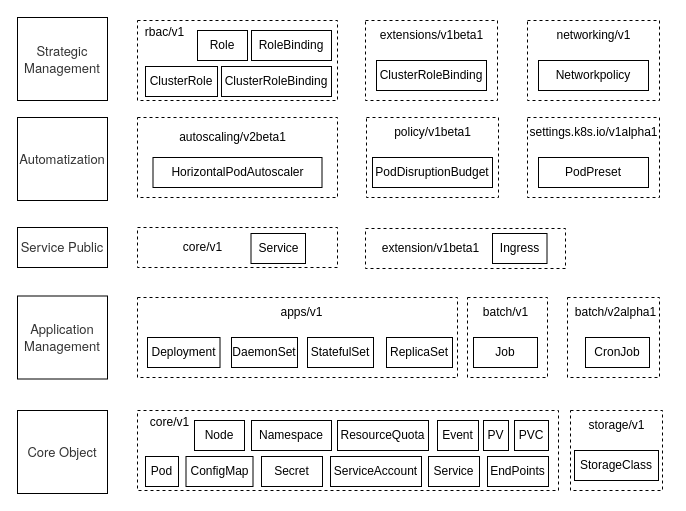
Earlier version of the draw.io diagram k8s_object_group.drawio (ssider/draw). Source tidied: cells renumbered, new cells numbered last; positions are measured from the earlier drawing's top-left corner, leaving out a move shared by most shapes. Both pictures are drawn from the tidied source at 100%, with x=0, y=0 at pixel (17, 17).
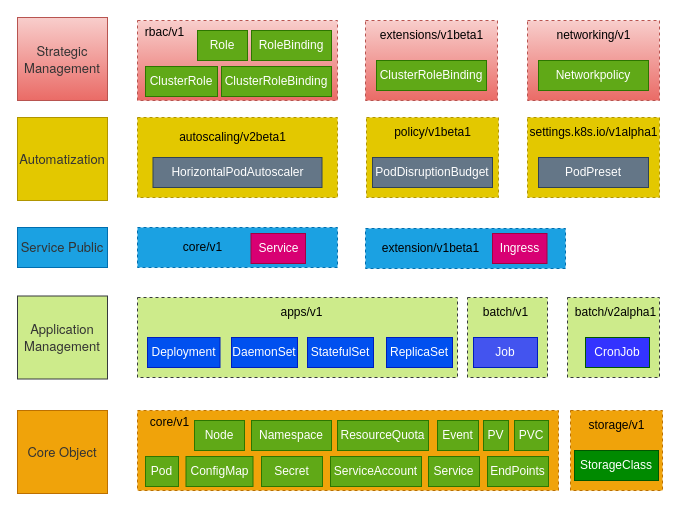
Above is the later version.

Diff of the diagram source:
```diff
@@
-    <mxCell id="2" style="rounded=0;whiteSpace=wrap;html=1;dashed=1;" parent="1" vertex="1">
+    <mxCell id="2" style="rounded=0;whiteSpace=wrap;html=1;dashed=1;fillColor=#f8cecc;strokeColor=#b85450;gradientColor=#ea6b66;" parent="1" vertex="1">
       <mxGeometry x="120" y="3" width="200" height="80" as="geometry" />
     </mxCell>
@@
-    <mxCell id="4" value="Role" style="rounded=0;whiteSpace=wrap;html=1;" parent="1" vertex="1">
+    <mxCell id="4" value="Role" style="rounded=0;whiteSpace=wrap;html=1;fillColor=#60a917;strokeColor=#2D7600;fillStyle=auto;fontColor=#ffffff;" parent="1" vertex="1">
       <mxGeometry x="180" y="13" width="50" height="30" as="geometry" />
     </mxCell>
-    <mxCell id="5" value="RoleBinding" style="rounded=0;whiteSpace=wrap;html=1;" parent="1" vertex="1">
+    <mxCell id="5" value="RoleBinding" style="rounded=0;whiteSpace=wrap;html=1;fillColor=#60a917;strokeColor=#2D7600;fontColor=#ffffff;" parent="1" vertex="1">
       <mxGeometry x="234" y="13" width="80" height="30" as="geometry" />
     </mxCell>
-    <mxCell id="6" value="ClusterRole" style="rounded=0;whiteSpace=wrap;html=1;" parent="1" vertex="1">
+    <mxCell id="6" value="ClusterRole" style="rounded=0;whiteSpace=wrap;html=1;fillColor=#60a917;strokeColor=#2D7600;fontColor=#ffffff;" parent="1" vertex="1">
       <mxGeometry x="128" y="49" width="72" height="30" as="geometry" />
     </mxCell>
-    <mxCell id="7" value="ClusterRoleBinding" style="rounded=0;whiteSpace=wrap;html=1;" parent="1" vertex="1">
+    <mxCell id="7" value="ClusterRoleBinding" style="rounded=0;whiteSpace=wrap;html=1;fillColor=#60a917;strokeColor=#2D7600;fontColor=#ffffff;" parent="1" vertex="1">
       <mxGeometry x="204" y="49" width="110" height="30" as="geometry" />
     </mxCell>
-    <mxCell id="8" style="rounded=0;whiteSpace=wrap;html=1;dashed=1;" parent="1" vertex="1">
+    <mxCell id="8" style="rounded=0;whiteSpace=wrap;html=1;dashed=1;fillColor=#f8cecc;strokeColor=#b85450;gradientColor=#ea6b66;" parent="1" vertex="1">
       <mxGeometry x="348" y="3" width="132" height="80" as="geometry" />
     </mxCell>
@@
-    <mxCell id="10" value="ClusterRoleBinding" style="rounded=0;whiteSpace=wrap;html=1;" parent="1" vertex="1">
+    <mxCell id="10" value="ClusterRoleBinding" style="rounded=0;whiteSpace=wrap;html=1;fillColor=#60a917;strokeColor=#2D7600;fontColor=#ffffff;" parent="1" vertex="1">
       <mxGeometry x="359" y="43" width="110" height="30" as="geometry" />
     </mxCell>
-    <mxCell id="11" style="rounded=0;whiteSpace=wrap;html=1;dashed=1;" parent="1" vertex="1">
+    <mxCell id="11" style="rounded=0;whiteSpace=wrap;html=1;dashed=1;fillColor=#f8cecc;strokeColor=#b85450;gradientColor=#ea6b66;" parent="1" vertex="1">
       <mxGeometry x="510" y="3" width="132" height="80" as="geometry" />
     </mxCell>
@@
-    <mxCell id="13" value="Networkpolicy" style="rounded=0;whiteSpace=wrap;html=1;" parent="1" vertex="1">
+    <mxCell id="13" value="Networkpolicy" style="rounded=0;whiteSpace=wrap;html=1;fillColor=#60a917;strokeColor=#2D7600;fontColor=#ffffff;" parent="1" vertex="1">
       <mxGeometry x="521" y="43" width="110" height="30" as="geometry" />
     </mxCell>
-    <mxCell id="14" style="rounded=0;whiteSpace=wrap;html=1;dashed=1;" parent="1" vertex="1">
+    <mxCell id="14" style="rounded=0;whiteSpace=wrap;html=1;dashed=1;fillColor=#e3c800;fontColor=#000000;strokeColor=#B09500;" parent="1" vertex="1">
       <mxGeometry x="120" y="100" width="200" height="80" as="geometry" />
     </mxCell>
@@
-    <mxCell id="16" value="HorizontalPodAutoscaler" style="rounded=0;whiteSpace=wrap;html=1;" parent="1" vertex="1">
+    <mxCell id="16" value="HorizontalPodAutoscaler" style="rounded=0;whiteSpace=wrap;html=1;fillColor=#647687;fontColor=#ffffff;strokeColor=#314354;" parent="1" vertex="1">
       <mxGeometry x="135.5" y="140" width="169" height="30" as="geometry" />
     </mxCell>
-    <mxCell id="17" style="rounded=0;whiteSpace=wrap;html=1;dashed=1;" parent="1" vertex="1">
+    <mxCell id="17" style="rounded=0;whiteSpace=wrap;html=1;dashed=1;fillColor=#e3c800;fontColor=#000000;strokeColor=#B09500;" parent="1" vertex="1">
       <mxGeometry x="349" y="100" width="132" height="80" as="geometry" />
     </mxCell>
@@
-    <mxCell id="19" value="PodDisruptionBudget" style="rounded=0;whiteSpace=wrap;html=1;" parent="1" vertex="1">
+    <mxCell id="19" value="PodDisruptionBudget" style="rounded=0;whiteSpace=wrap;html=1;fillColor=#647687;fontColor=#ffffff;strokeColor=#314354;" parent="1" vertex="1">
       <mxGeometry x="355" y="140" width="120" height="30" as="geometry" />
     </mxCell>
-    <mxCell id="20" style="rounded=0;whiteSpace=wrap;html=1;dashed=1;" parent="1" vertex="1">
+    <mxCell id="20" style="rounded=0;whiteSpace=wrap;html=1;dashed=1;fillColor=#e3c800;fontColor=#000000;strokeColor=#B09500;" parent="1" vertex="1">
       <mxGeometry x="510" y="100" width="132" height="80" as="geometry" />
     </mxCell>
@@
-    <mxCell id="22" value="PodPreset" style="rounded=0;whiteSpace=wrap;html=1;" parent="1" vertex="1">
+    <mxCell id="22" value="PodPreset" style="rounded=0;whiteSpace=wrap;html=1;fillColor=#647687;fontColor=#ffffff;strokeColor=#314354;" parent="1" vertex="1">
       <mxGeometry x="521" y="140" width="110" height="30" as="geometry" />
     </mxCell>
-    <mxCell id="23" style="rounded=0;whiteSpace=wrap;html=1;dashed=1;" parent="1" vertex="1">
+    <mxCell id="23" style="rounded=0;whiteSpace=wrap;html=1;dashed=1;fillColor=#1ba1e2;strokeColor=#006EAF;fontColor=#ffffff;" parent="1" vertex="1">
       <mxGeometry x="120" y="210" width="200" height="40" as="geometry" />
     </mxCell>
@@
-    <mxCell id="25" value="Service" style="rounded=0;whiteSpace=wrap;html=1;" parent="1" vertex="1">
+    <mxCell id="25" value="Service" style="rounded=0;whiteSpace=wrap;html=1;fillColor=#d80073;strokeColor=#A50040;fontColor=#ffffff;" parent="1" vertex="1">
       <mxGeometry x="233.5" y="216" width="54.5" height="30" as="geometry" />
     </mxCell>
-    <mxCell id="26" style="rounded=0;whiteSpace=wrap;html=1;dashed=1;" parent="1" vertex="1">
+    <mxCell id="26" style="rounded=0;whiteSpace=wrap;html=1;dashed=1;fillColor=#1ba1e2;strokeColor=#006EAF;fontColor=#ffffff;" parent="1" vertex="1">
       <mxGeometry x="348" y="211" width="200" height="40" as="geometry" />
     </mxCell>
@@
-    <mxCell id="28" value="Ingress" style="rounded=0;whiteSpace=wrap;html=1;" parent="1" vertex="1">
+    <mxCell id="28" value="Ingress" style="rounded=0;whiteSpace=wrap;html=1;fillColor=#d80073;strokeColor=#A50040;fontColor=#ffffff;" parent="1" vertex="1">
       <mxGeometry x="475" y="216" width="54.5" height="30" as="geometry" />
     </mxCell>
-    <mxCell id="29" style="rounded=0;whiteSpace=wrap;html=1;dashed=1;" parent="1" vertex="1">
+    <mxCell id="29" style="rounded=0;whiteSpace=wrap;html=1;dashed=1;fillColor=#cdeb8b;strokeColor=#36393d;" parent="1" vertex="1">
       <mxGeometry x="120" y="280" width="320" height="80" as="geometry" />
     </mxCell>
@@
-    <mxCell id="31" value="Deployment" style="rounded=0;whiteSpace=wrap;html=1;" parent="1" vertex="1">
+    <mxCell id="31" value="Deployment" style="rounded=0;whiteSpace=wrap;html=1;fillColor=#0050ef;fontColor=#ffffff;strokeColor=#001DBC;" parent="1" vertex="1">
       <mxGeometry x="130" y="320" width="72.5" height="30" as="geometry" />
     </mxCell>
-    <mxCell id="32" value="DaemonSet" style="rounded=0;whiteSpace=wrap;html=1;" parent="1" vertex="1">
+    <mxCell id="32" value="DaemonSet" style="rounded=0;whiteSpace=wrap;html=1;fillColor=#0050ef;fontColor=#ffffff;strokeColor=#001DBC;" parent="1" vertex="1">
       <mxGeometry x="214" y="320" width="66" height="30" as="geometry" />
     </mxCell>
-    <mxCell id="33" value="StatefulSet" style="rounded=0;whiteSpace=wrap;html=1;" parent="1" vertex="1">
+    <mxCell id="33" value="StatefulSet" style="rounded=0;whiteSpace=wrap;html=1;fillColor=#0050ef;fontColor=#ffffff;strokeColor=#001DBC;" parent="1" vertex="1">
       <mxGeometry x="290" y="320" width="66" height="30" as="geometry" />
     </mxCell>
-    <mxCell id="34" value="ReplicaSet" style="rounded=0;whiteSpace=wrap;html=1;" parent="1" vertex="1">
+    <mxCell id="34" value="ReplicaSet" style="rounded=0;whiteSpace=wrap;html=1;fillColor=#0050ef;fontColor=#ffffff;strokeColor=#001DBC;" parent="1" vertex="1">
       <mxGeometry x="369" y="320" width="66" height="30" as="geometry" />
     </mxCell>
-    <mxCell id="35" style="rounded=0;whiteSpace=wrap;html=1;dashed=1;" parent="1" vertex="1">
+    <mxCell id="35" style="rounded=0;whiteSpace=wrap;html=1;dashed=1;fillColor=#cdeb8b;strokeColor=#36393d;" parent="1" vertex="1">
       <mxGeometry x="450" y="280" width="80" height="80" as="geometry" />
     </mxCell>
@@
-    <mxCell id="37" value="Job" style="rounded=0;whiteSpace=wrap;html=1;" parent="1" vertex="1">
+    <mxCell id="37" value="Job" style="rounded=0;whiteSpace=wrap;html=1;fillColor=#4354EF;fontColor=#ffffff;strokeColor=#001DBC;" parent="1" vertex="1">
       <mxGeometry x="456" y="320" width="64" height="30" as="geometry" />
     </mxCell>
-    <mxCell id="38" style="rounded=0;whiteSpace=wrap;html=1;dashed=1;" parent="1" vertex="1">
+    <mxCell id="38" style="rounded=0;whiteSpace=wrap;html=1;dashed=1;fillColor=#cdeb8b;strokeColor=#36393d;" parent="1" vertex="1">
       <mxGeometry x="550" y="280" width="92" height="80" as="geometry" />
     </mxCell>
@@
-    <mxCell id="40" value="CronJob" style="rounded=0;whiteSpace=wrap;html=1;" parent="1" vertex="1">
+    <mxCell id="40" value="CronJob" style="rounded=0;whiteSpace=wrap;html=1;fillColor=#3333FF;fontColor=#ffffff;strokeColor=#005700;" parent="1" vertex="1">
       <mxGeometry x="568" y="320" width="64" height="30" as="geometry" />
     </mxCell>
-    <mxCell id="41" style="rounded=0;whiteSpace=wrap;html=1;dashed=1;" parent="1" vertex="1">
+    <mxCell id="41" style="rounded=0;whiteSpace=wrap;html=1;dashed=1;fillColor=#f0a30a;fontColor=#000000;strokeColor=#BD7000;" parent="1" vertex="1">
       <mxGeometry x="120" y="393" width="421" height="80" as="geometry" />
     </mxCell>
@@
-    <mxCell id="43" value="Node" style="rounded=0;whiteSpace=wrap;html=1;" parent="1" vertex="1">
+    <mxCell id="43" value="Node" style="rounded=0;whiteSpace=wrap;html=1;fillColor=#60a917;strokeColor=#2D7600;fontColor=#ffffff;" parent="1" vertex="1">
       <mxGeometry x="177" y="403" width="50" height="30" as="geometry" />
     </mxCell>
-    <mxCell id="44" value="Namespace" style="rounded=0;whiteSpace=wrap;html=1;" parent="1" vertex="1">
+    <mxCell id="44" value="Namespace" style="rounded=0;whiteSpace=wrap;html=1;fillColor=#60a917;fontColor=#ffffff;strokeColor=#2D7600;" parent="1" vertex="1">
       <mxGeometry x="234" y="403" width="80" height="30" as="geometry" />
     </mxCell>
-    <mxCell id="45" value="Pod" style="rounded=0;whiteSpace=wrap;html=1;" parent="1" vertex="1">
+    <mxCell id="45" value="Pod" style="rounded=0;whiteSpace=wrap;html=1;fillColor=#60a917;fontColor=#ffffff;strokeColor=#2D7600;" parent="1" vertex="1">
       <mxGeometry x="128" y="439" width="33" height="30" as="geometry" />
     </mxCell>
-    <mxCell id="46" value="ConfigMap" style="rounded=0;whiteSpace=wrap;html=1;" parent="1" vertex="1">
+    <mxCell id="46" value="ConfigMap" style="rounded=0;whiteSpace=wrap;html=1;fillColor=#60a917;fontColor=#ffffff;strokeColor=#2D7600;" parent="1" vertex="1">
       <mxGeometry x="168.5" y="439" width="67" height="30" as="geometry" />
     </mxCell>
-    <mxCell id="47" value="ResourceQuota" style="rounded=0;whiteSpace=wrap;html=1;" parent="1" vertex="1">
+    <mxCell id="47" value="ResourceQuota" style="rounded=0;whiteSpace=wrap;html=1;fillColor=#60a917;fontColor=#ffffff;strokeColor=#2D7600;" parent="1" vertex="1">
       <mxGeometry x="320" y="403" width="91" height="30" as="geometry" />
     </mxCell>
-    <mxCell id="48" value="Event" style="rounded=0;whiteSpace=wrap;html=1;" parent="1" vertex="1">
+    <mxCell id="48" value="Event" style="rounded=0;whiteSpace=wrap;html=1;fillColor=#60a917;fontColor=#ffffff;strokeColor=#2D7600;" parent="1" vertex="1">
       <mxGeometry x="420" y="403" width="41" height="30" as="geometry" />
     </mxCell>
-    <mxCell id="49" value="PV" style="rounded=0;whiteSpace=wrap;html=1;" parent="1" vertex="1">
+    <mxCell id="49" value="PV" style="rounded=0;whiteSpace=wrap;html=1;fillColor=#60a917;fontColor=#ffffff;strokeColor=#2D7600;" parent="1" vertex="1">
       <mxGeometry x="466" y="403" width="25" height="30" as="geometry" />
     </mxCell>
-    <mxCell id="50" value="PVC" style="rounded=0;whiteSpace=wrap;html=1;" parent="1" vertex="1">
+    <mxCell id="50" value="PVC" style="rounded=0;whiteSpace=wrap;html=1;fillColor=#60a917;fontColor=#ffffff;strokeColor=#2D7600;" parent="1" vertex="1">
       <mxGeometry x="497" y="403" width="34" height="30" as="geometry" />
     </mxCell>
-    <mxCell id="51" value="Secret" style="rounded=0;whiteSpace=wrap;html=1;" parent="1" vertex="1">
+    <mxCell id="51" value="Secret" style="rounded=0;whiteSpace=wrap;html=1;fillColor=#60a917;fontColor=#ffffff;strokeColor=#2D7600;" parent="1" vertex="1">
       <mxGeometry x="244" y="439" width="61" height="30" as="geometry" />
     </mxCell>
-    <mxCell id="52" value="ServiceAccount" style="rounded=0;whiteSpace=wrap;html=1;" parent="1" vertex="1">
+    <mxCell id="52" value="ServiceAccount" style="rounded=0;whiteSpace=wrap;html=1;fillColor=#60a917;fontColor=#ffffff;strokeColor=#2D7600;" parent="1" vertex="1">
       <mxGeometry x="313" y="439" width="91" height="30" as="geometry" />
     </mxCell>
-    <mxCell id="53" value="Service" style="rounded=0;whiteSpace=wrap;html=1;" parent="1" vertex="1">
+    <mxCell id="53" value="Service" style="rounded=0;whiteSpace=wrap;html=1;fillColor=#60a917;fontColor=#ffffff;strokeColor=#2D7600;" parent="1" vertex="1">
       <mxGeometry x="411" y="439" width="51" height="30" as="geometry" />
     </mxCell>
-    <mxCell id="54" value="EndPoints" style="rounded=0;whiteSpace=wrap;html=1;" parent="1" vertex="1">
+    <mxCell id="54" value="EndPoints" style="rounded=0;whiteSpace=wrap;html=1;fillColor=#60a917;fontColor=#ffffff;strokeColor=#2D7600;" parent="1" vertex="1">
       <mxGeometry x="470" y="439" width="61" height="30" as="geometry" />
     </mxCell>
-    <mxCell id="55" style="rounded=0;whiteSpace=wrap;html=1;dashed=1;" parent="1" vertex="1">
+    <mxCell id="55" style="rounded=0;whiteSpace=wrap;html=1;dashed=1;fillColor=#f0a30a;fontColor=#000000;strokeColor=#BD7000;" parent="1" vertex="1">
       <mxGeometry x="553" y="393" width="92" height="80" as="geometry" />
     </mxCell>
@@
-    <mxCell id="57" value="StorageClass" style="rounded=0;whiteSpace=wrap;html=1;" parent="1" vertex="1">
+    <mxCell id="57" value="StorageClass" style="rounded=0;whiteSpace=wrap;html=1;fillColor=#008a00;fontColor=#ffffff;strokeColor=#005700;" parent="1" vertex="1">
       <mxGeometry x="557" y="433" width="84" height="30" as="geometry" />
     </mxCell>
-    <mxCell id="58" value="&lt;span style=&quot;color: rgb(51, 51, 51); font-family: &amp;quot;Helvetica Neue&amp;quot;, Helvetica, Arial, &amp;quot;Hiragino Sans GB&amp;quot;, &amp;quot;Hiragino Sans GB W3&amp;quot;, &amp;quot;Microsoft YaHei UI&amp;quot;, &amp;quot;Microsoft YaHei&amp;quot;, sans-serif; font-size: 13px; text-align: start;&quot;&gt;Strategic Management&lt;/span&gt;" style="rounded=0;whiteSpace=wrap;html=1;" parent="1" vertex="1">
+    <mxCell id="58" value="&lt;span style=&quot;color: rgb(51, 51, 51); font-family: &amp;quot;Helvetica Neue&amp;quot;, Helvetica, Arial, &amp;quot;Hiragino Sans GB&amp;quot;, &amp;quot;Hiragino Sans GB W3&amp;quot;, &amp;quot;Microsoft YaHei UI&amp;quot;, &amp;quot;Microsoft YaHei&amp;quot;, sans-serif; font-size: 13px; text-align: start;&quot;&gt;Strategic Management&lt;/span&gt;" style="rounded=0;whiteSpace=wrap;html=1;fillColor=#f8cecc;strokeColor=#b85450;gradientColor=#ea6b66;" parent="1" vertex="1">
       <mxGeometry width="90" height="83" as="geometry" />
     </mxCell>
-    <mxCell id="59" value="&lt;span style=&quot;color: rgb(51, 51, 51); font-family: &amp;quot;Helvetica Neue&amp;quot;, Helvetica, Arial, &amp;quot;Hiragino Sans GB&amp;quot;, &amp;quot;Hiragino Sans GB W3&amp;quot;, &amp;quot;Microsoft YaHei UI&amp;quot;, &amp;quot;Microsoft YaHei&amp;quot;, sans-serif; font-size: 13px; text-align: left;&quot;&gt;Automatization&lt;/span&gt;" style="rounded=0;whiteSpace=wrap;html=1;" parent="1" vertex="1">
+    <mxCell id="59" value="&lt;span style=&quot;color: rgb(51, 51, 51); font-family: &amp;quot;Helvetica Neue&amp;quot;, Helvetica, Arial, &amp;quot;Hiragino Sans GB&amp;quot;, &amp;quot;Hiragino Sans GB W3&amp;quot;, &amp;quot;Microsoft YaHei UI&amp;quot;, &amp;quot;Microsoft YaHei&amp;quot;, sans-serif; font-size: 13px; text-align: left;&quot;&gt;Automatization&lt;/span&gt;" style="rounded=0;whiteSpace=wrap;html=1;fillColor=#e3c800;fontColor=#000000;strokeColor=#B09500;" parent="1" vertex="1">
       <mxGeometry y="100" width="90" height="83" as="geometry" />
     </mxCell>
-    <mxCell id="60" value="&lt;span style=&quot;color: rgb(51, 51, 51); font-family: &amp;quot;Helvetica Neue&amp;quot;, Helvetica, Arial, &amp;quot;Hiragino Sans GB&amp;quot;, &amp;quot;Hiragino Sans GB W3&amp;quot;, &amp;quot;Microsoft YaHei UI&amp;quot;, &amp;quot;Microsoft YaHei&amp;quot;, sans-serif; font-size: 13px; text-align: start;&quot;&gt;Service Public&lt;/span&gt;" style="rounded=0;whiteSpace=wrap;html=1;" parent="1" vertex="1">
+    <mxCell id="60" value="&lt;span style=&quot;color: rgb(51, 51, 51); font-family: &amp;quot;Helvetica Neue&amp;quot;, Helvetica, Arial, &amp;quot;Hiragino Sans GB&amp;quot;, &amp;quot;Hiragino Sans GB W3&amp;quot;, &amp;quot;Microsoft YaHei UI&amp;quot;, &amp;quot;Microsoft YaHei&amp;quot;, sans-serif; font-size: 13px; text-align: start;&quot;&gt;Service Public&lt;/span&gt;" style="rounded=0;whiteSpace=wrap;html=1;fillColor=#1ba1e2;strokeColor=#006EAF;fontColor=#ffffff;" parent="1" vertex="1">
       <mxGeometry y="210" width="90" height="40" as="geometry" />
     </mxCell>
-    <mxCell id="61" value="&lt;span style=&quot;color: rgb(51, 51, 51); font-family: &amp;quot;Helvetica Neue&amp;quot;, Helvetica, Arial, &amp;quot;Hiragino Sans GB&amp;quot;, &amp;quot;Hiragino Sans GB W3&amp;quot;, &amp;quot;Microsoft YaHei UI&amp;quot;, &amp;quot;Microsoft YaHei&amp;quot;, sans-serif; font-size: 13px; text-align: left;&quot;&gt;Application Management&lt;/span&gt;" style="rounded=0;whiteSpace=wrap;html=1;" parent="1" vertex="1">
+    <mxCell id="61" value="&lt;span style=&quot;color: rgb(51, 51, 51); font-family: &amp;quot;Helvetica Neue&amp;quot;, Helvetica, Arial, &amp;quot;Hiragino Sans GB&amp;quot;, &amp;quot;Hiragino Sans GB W3&amp;quot;, &amp;quot;Microsoft YaHei UI&amp;quot;, &amp;quot;Microsoft YaHei&amp;quot;, sans-serif; font-size: 13px; text-align: left;&quot;&gt;Application Management&lt;/span&gt;" style="rounded=0;whiteSpace=wrap;html=1;fillColor=#cdeb8b;strokeColor=#36393d;" parent="1" vertex="1">
       <mxGeometry y="278.5" width="90" height="83" as="geometry" />
     </mxCell>
-    <mxCell id="62" value="&lt;span style=&quot;color: rgb(51, 51, 51); font-family: &amp;quot;Helvetica Neue&amp;quot;, Helvetica, Arial, &amp;quot;Hiragino Sans GB&amp;quot;, &amp;quot;Hiragino Sans GB W3&amp;quot;, &amp;quot;Microsoft YaHei UI&amp;quot;, &amp;quot;Microsoft YaHei&amp;quot;, sans-serif; font-size: 13px; text-align: start;&quot;&gt;Core Object&lt;/span&gt;" style="rounded=0;whiteSpace=wrap;html=1;" parent="1" vertex="1">
+    <mxCell id="62" value="&lt;span style=&quot;color: rgb(51, 51, 51); font-family: &amp;quot;Helvetica Neue&amp;quot;, Helvetica, Arial, &amp;quot;Hiragino Sans GB&amp;quot;, &amp;quot;Hiragino Sans GB W3&amp;quot;, &amp;quot;Microsoft YaHei UI&amp;quot;, &amp;quot;Microsoft YaHei&amp;quot;, sans-serif; font-size: 13px; text-align: start;&quot;&gt;Core Object&lt;/span&gt;" style="rounded=0;whiteSpace=wrap;html=1;fillColor=#f0a30a;fontColor=#000000;strokeColor=#BD7000;" parent="1" vertex="1">
       <mxGeometry y="393" width="90" height="83" as="geometry" />
     </mxCell>
```
